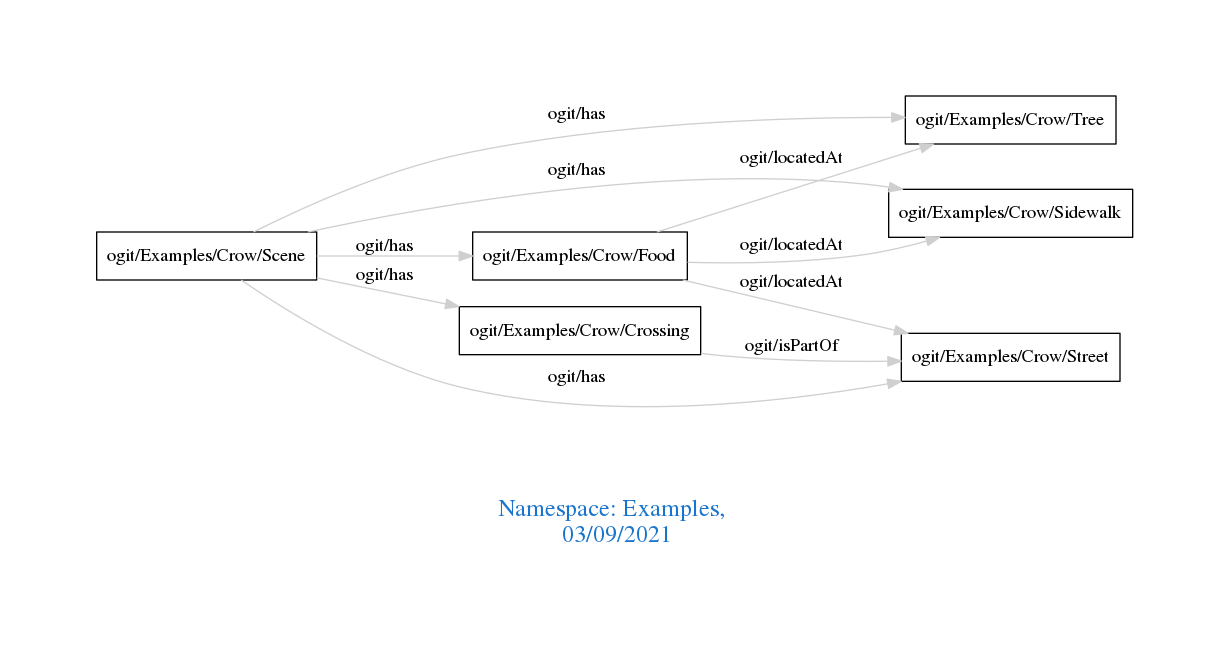
arago/OGIT keeps this Graphviz diagram as downloads/Examples.png. Above is the earlier version. Its source is kept beside it as downloads/Examples.dot.
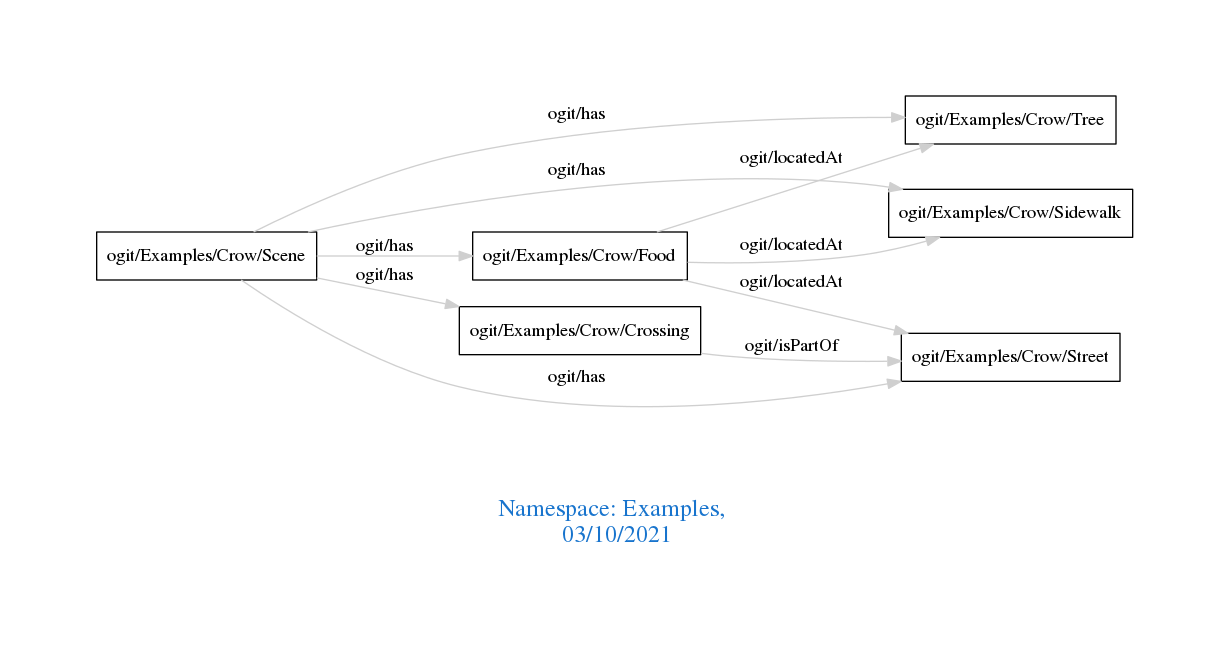
The same diagram one commit later.

What changed in the source:
```diff
@@ -1,7 +1,7 @@
 digraph OGIT_ontology {
  graph [ rankdir= LR,pad=1
 fontsize = 18,
-fontcolor= dodgerblue3,label = "\n\n\nNamespace: Examples, \n 03/09/2021"];
+fontcolor= dodgerblue3,label = "\n\n\nNamespace: Examples, \n 03/10/2021"];
 node[shape=polygon];
 edge [  color="gray81"];
 
```
